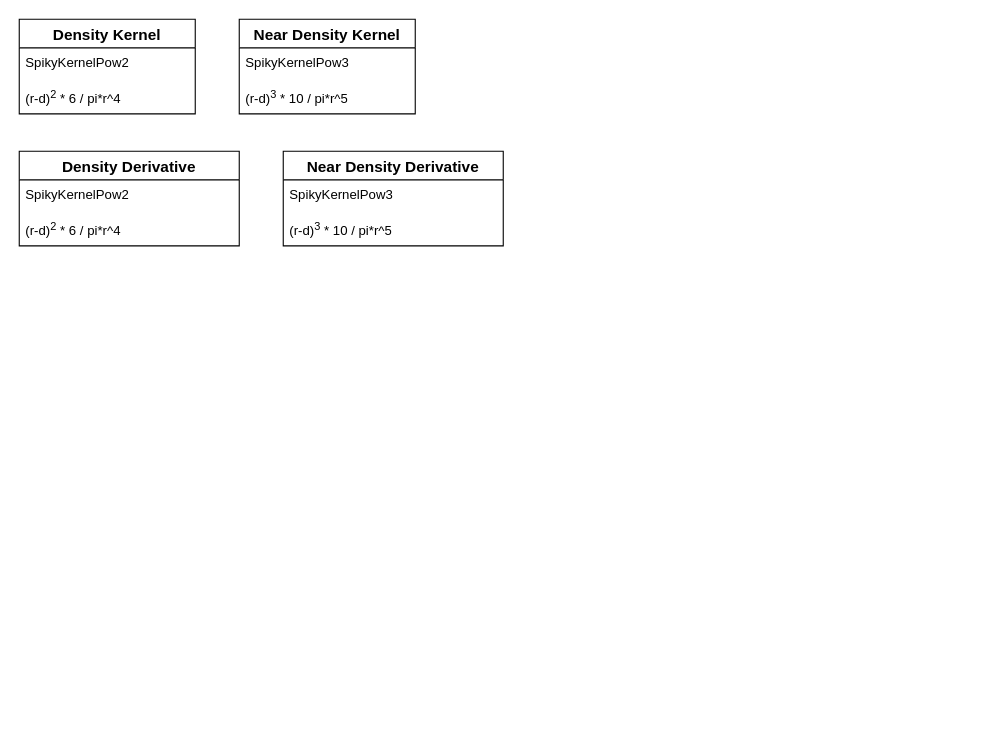
Before: Fluid_Simulation.drawio in RiemannLee19/UMLs, a draw.io diagram. Source tidied: cells renumbered, new cells numbered last; positions are measured from the earlier drawing's top-left corner, leaving out a move shared by most shapes. Both pictures are drawn from the tidied source at 110%, with x=0, y=0 at pixel (19, 19).
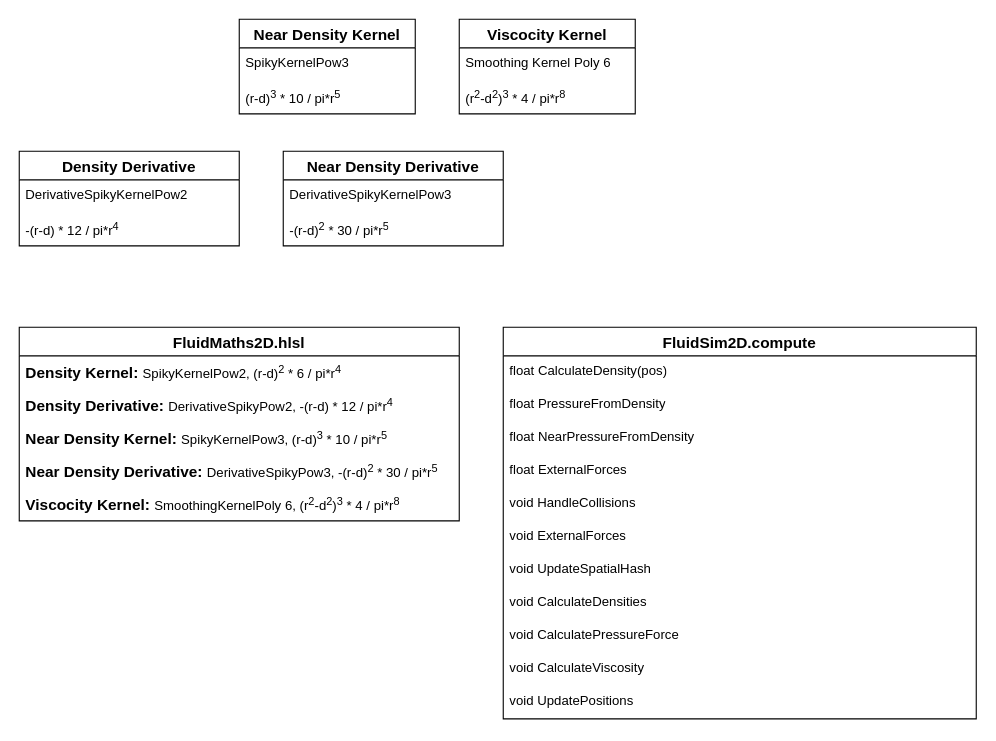
After the change.

The change refers to these unchanged cells:
```xml
<mxCell id="5" value="Near Density Kernel" style="swimlane;fontStyle=1;horizontal=1;startSize=26;align=center;fontSize=14;" parent="1" vertex="1">
  <mxGeometry x="200" width="160" height="86" as="geometry" />
</mxCell>
<mxCell id="8" value="Density Derivative" style="swimlane;fontStyle=1;horizontal=1;startSize=26;align=center;fontSize=14;" parent="1" vertex="1">
  <mxGeometry y="120" width="200" height="86" as="geometry" />
</mxCell>
<mxCell id="11" value="Near Density Derivative" style="swimlane;fontStyle=1;horizontal=1;startSize=26;align=center;fontSize=14;" parent="1" vertex="1">
  <mxGeometry x="240" y="120" width="200" height="86" as="geometry" />
</mxCell>
```

Diff of the diagram source:
```diff
@@
-    <mxCell id="2" value="Density Kernel" style="swimlane;fontStyle=1;horizontal=1;startSize=26;align=center;fontSize=14;" parent="1" vertex="1">
-      <mxGeometry width="160" height="86" as="geometry" />
+    <mxCell id="2" value="FluidSim2D.compute" style="swimlane;fontStyle=1;horizontal=1;startSize=26;align=center;fontSize=14;" parent="1" vertex="1">
+      <mxGeometry x="440" y="280" width="430" height="356" as="geometry" />
     </mxCell>
-    <mxCell id="3" value="SpikyKernelPow2" style="text;strokeColor=none;fillColor=none;spacingLeft=4;spacingRight=4;overflow=hidden;fontSize=12;whiteSpace=wrap;html=1;" parent="2" vertex="1">
-      <mxGeometry y="26" width="160" height="30" as="geometry" />
+    <mxCell id="3" value="float CalculateDensity(pos)" style="text;strokeColor=none;fillColor=none;spacingLeft=4;spacingRight=4;overflow=hidden;fontSize=12;whiteSpace=wrap;html=1;" parent="2" vertex="1">
+      <mxGeometry y="26" width="430" height="30" as="geometry" />
     </mxCell>
-    <mxCell id="4" value="(r-d)&lt;sup&gt;2&lt;/sup&gt; * 6 / pi*r^4&lt;span class=&quot;eusoft-eudic-chrome-extension-translate-content&quot;&gt;&lt;/span&gt;" style="text;strokeColor=none;fillColor=none;spacingLeft=4;spacingRight=4;overflow=hidden;fontSize=12;whiteSpace=wrap;html=1;" parent="2" vertex="1">
-      <mxGeometry y="56" width="160" height="30" as="geometry" />
+    <mxCell id="4" value="float PressureFromDensity&lt;br&gt;&lt;span class=&quot;eusoft-eudic-chrome-extension-translate-content&quot;&gt;&lt;/span&gt;" style="text;strokeColor=none;fillColor=none;spacingLeft=4;spacingRight=4;overflow=hidden;fontSize=12;whiteSpace=wrap;html=1;" parent="2" vertex="1">
+      <mxGeometry y="56" width="430" height="30" as="geometry" />
     </mxCell>
+    <mxCell id="14" value="float NearPressureFromDensity&lt;br&gt;&lt;span class=&quot;eusoft-eudic-chrome-extension-translate-content&quot;&gt;&lt;/span&gt;" style="text;strokeColor=none;fillColor=none;spacingLeft=4;spacingRight=4;overflow=hidden;fontSize=12;whiteSpace=wrap;html=1;" parent="2" vertex="1">
+      <mxGeometry y="86" width="430" height="30" as="geometry" />
+    </mxCell>
+    <mxCell id="15" value="float ExternalForces" style="text;strokeColor=none;fillColor=none;spacingLeft=4;spacingRight=4;overflow=hidden;fontSize=12;whiteSpace=wrap;html=1;" parent="2" vertex="1">
+      <mxGeometry y="116" width="430" height="30" as="geometry" />
+    </mxCell>
+    <mxCell id="16" value="void HandleCollisions" style="text;strokeColor=none;fillColor=none;spacingLeft=4;spacingRight=4;overflow=hidden;fontSize=12;whiteSpace=wrap;html=1;" parent="2" vertex="1">
+      <mxGeometry y="146" width="430" height="30" as="geometry" />
+    </mxCell>
+    <mxCell id="17" value="void ExternalForces&lt;br&gt;&lt;span class=&quot;eusoft-eudic-chrome-extension-translate-content&quot;&gt;&lt;/span&gt;" style="text;strokeColor=none;fillColor=none;spacingLeft=4;spacingRight=4;overflow=hidden;fontSize=12;whiteSpace=wrap;html=1;" parent="2" vertex="1">
+      <mxGeometry y="176" width="430" height="30" as="geometry" />
+    </mxCell>
+    <mxCell id="18" value="void UpdateSpatialHash&lt;br&gt;&lt;span class=&quot;eusoft-eudic-chrome-extension-translate-content&quot;&gt;&lt;/span&gt;" style="text;strokeColor=none;fillColor=none;spacingLeft=4;spacingRight=4;overflow=hidden;fontSize=12;whiteSpace=wrap;html=1;" parent="2" vertex="1">
+      <mxGeometry y="206" width="430" height="30" as="geometry" />
+    </mxCell>
+    <mxCell id="19" value="void CalculateDensities&lt;br&gt;&lt;span class=&quot;eusoft-eudic-chrome-extension-translate-content&quot;&gt;&lt;/span&gt;" style="text;strokeColor=none;fillColor=none;spacingLeft=4;spacingRight=4;overflow=hidden;fontSize=12;whiteSpace=wrap;html=1;" parent="2" vertex="1">
+      <mxGeometry y="236" width="430" height="30" as="geometry" />
+    </mxCell>
+    <mxCell id="20" value="void CalculatePressureForce&lt;br&gt;&lt;span class=&quot;eusoft-eudic-chrome-extension-translate-content&quot;&gt;&lt;/span&gt;" style="text;strokeColor=none;fillColor=none;spacingLeft=4;spacingRight=4;overflow=hidden;fontSize=12;whiteSpace=wrap;html=1;" parent="2" vertex="1">
+      <mxGeometry y="266" width="430" height="30" as="geometry" />
+    </mxCell>
+    <mxCell id="21" value="void CalculateViscosity" style="text;strokeColor=none;fillColor=none;spacingLeft=4;spacingRight=4;overflow=hidden;fontSize=12;whiteSpace=wrap;html=1;" parent="2" vertex="1">
+      <mxGeometry y="296" width="430" height="30" as="geometry" />
+    </mxCell>
+    <mxCell id="22" value="void UpdatePositions" style="text;strokeColor=none;fillColor=none;spacingLeft=4;spacingRight=4;overflow=hidden;fontSize=12;whiteSpace=wrap;html=1;" parent="2" vertex="1">
+      <mxGeometry y="326" width="430" height="30" as="geometry" />
+    </mxCell>
@@
-    <mxCell id="7" value="(r-d)&lt;sup&gt;3&lt;/sup&gt; * 10 / pi*r^5&lt;span class=&quot;eusoft-eudic-chrome-extension-translate-content&quot;&gt;&lt;/span&gt;" style="text;strokeColor=none;fillColor=none;spacingLeft=4;spacingRight=4;overflow=hidden;fontSize=12;whiteSpace=wrap;html=1;" parent="5" vertex="1">
+    <mxCell id="7" value="(r-d)&lt;sup&gt;3&lt;/sup&gt; * 10 / pi*r&lt;sup&gt;5&lt;/sup&gt;&lt;span class=&quot;eusoft-eudic-chrome-extension-translate-content&quot;&gt;&lt;/span&gt;" style="text;strokeColor=none;fillColor=none;spacingLeft=4;spacingRight=4;overflow=hidden;fontSize=12;whiteSpace=wrap;html=1;" parent="5" vertex="1">
       <mxGeometry y="56" width="160" height="30" as="geometry" />
     </mxCell>
@@
-    <mxCell id="9" value="SpikyKernelPow2" style="text;strokeColor=none;fillColor=none;spacingLeft=4;spacingRight=4;overflow=hidden;fontSize=12;whiteSpace=wrap;html=1;" parent="8" vertex="1">
+    <mxCell id="9" value="DerivativeSpikyKernelPow2" style="text;strokeColor=none;fillColor=none;spacingLeft=4;spacingRight=4;overflow=hidden;fontSize=12;whiteSpace=wrap;html=1;" parent="8" vertex="1">
       <mxGeometry y="26" width="200" height="30" as="geometry" />
     </mxCell>
-    <mxCell id="10" value="(r-d)&lt;sup&gt;2&lt;/sup&gt; * 6 / pi*r^4&lt;span class=&quot;eusoft-eudic-chrome-extension-translate-content&quot;&gt;&lt;/span&gt;" style="text;strokeColor=none;fillColor=none;spacingLeft=4;spacingRight=4;overflow=hidden;fontSize=12;whiteSpace=wrap;html=1;" parent="8" vertex="1">
+    <mxCell id="10" value="-(r-d)&amp;nbsp;* 12 / pi*r&lt;sup&gt;4&lt;/sup&gt;&lt;span class=&quot;eusoft-eudic-chrome-extension-translate-content&quot;&gt;&lt;/span&gt;" style="text;strokeColor=none;fillColor=none;spacingLeft=4;spacingRight=4;overflow=hidden;fontSize=12;whiteSpace=wrap;html=1;" parent="8" vertex="1">
       <mxGeometry y="56" width="200" height="30" as="geometry" />
     </mxCell>
@@
-    <mxCell id="12" value="SpikyKernelPow3" style="text;strokeColor=none;fillColor=none;spacingLeft=4;spacingRight=4;overflow=hidden;fontSize=12;whiteSpace=wrap;html=1;" parent="11" vertex="1">
+    <mxCell id="12" value="DerivativeSpikyKernelPow3" style="text;strokeColor=none;fillColor=none;spacingLeft=4;spacingRight=4;overflow=hidden;fontSize=12;whiteSpace=wrap;html=1;" parent="11" vertex="1">
       <mxGeometry y="26" width="200" height="30" as="geometry" />
     </mxCell>
-    <mxCell id="13" value="(r-d)&lt;sup&gt;3&lt;/sup&gt; * 10 / pi*r^5&lt;span class=&quot;eusoft-eudic-chrome-extension-translate-content&quot;&gt;&lt;/span&gt;" style="text;strokeColor=none;fillColor=none;spacingLeft=4;spacingRight=4;overflow=hidden;fontSize=12;whiteSpace=wrap;html=1;" parent="11" vertex="1">
+    <mxCell id="13" value="-(r-d)&lt;sup&gt;2&lt;/sup&gt; * 30 / pi*r&lt;sup&gt;5&lt;/sup&gt;&lt;span class=&quot;eusoft-eudic-chrome-extension-translate-content&quot;&gt;&lt;/span&gt;" style="text;strokeColor=none;fillColor=none;spacingLeft=4;spacingRight=4;overflow=hidden;fontSize=12;whiteSpace=wrap;html=1;" parent="11" vertex="1">
       <mxGeometry y="56" width="200" height="30" as="geometry" />
     </mxCell>
+    <mxCell id="23" value="Viscocity Kernel" style="swimlane;fontStyle=1;horizontal=1;startSize=26;align=center;fontSize=14;" parent="1" vertex="1">
+      <mxGeometry x="400" width="160" height="86" as="geometry" />
+    </mxCell>
+    <mxCell id="24" value="Smoothing Kernel Poly 6" style="text;strokeColor=none;fillColor=none;spacingLeft=4;spacingRight=4;overflow=hidden;fontSize=12;whiteSpace=wrap;html=1;" parent="23" vertex="1">
+      <mxGeometry y="26" width="160" height="30" as="geometry" />
+    </mxCell>
+    <mxCell id="25" value="(r&lt;sup&gt;2&lt;/sup&gt;-d&lt;sup&gt;2&lt;/sup&gt;)&lt;sup&gt;3&lt;/sup&gt; * 4 / pi*r&lt;sup&gt;8&lt;/sup&gt;&lt;span class=&quot;eusoft-eudic-chrome-extension-translate-content&quot;&gt;&lt;/span&gt;" style="text;strokeColor=none;fillColor=none;spacingLeft=4;spacingRight=4;overflow=hidden;fontSize=12;whiteSpace=wrap;html=1;" parent="23" vertex="1">
+      <mxGeometry y="56" width="160" height="30" as="geometry" />
+    </mxCell>
+    <mxCell id="26" value="FluidMaths2D.hlsl" style="swimlane;fontStyle=1;horizontal=1;startSize=26;align=center;fontSize=14;" parent="1" vertex="1">
+      <mxGeometry y="280" width="400" height="176" as="geometry" />
+    </mxCell>
+    <mxCell id="27" value="&lt;span style=&quot;font-size: 14px; font-weight: 700; text-align: center; text-wrap: nowrap;&quot;&gt;Density Kernel:&amp;nbsp;&lt;/span&gt;SpikyKernelPow2, (r-d)&lt;sup&gt;2&lt;/sup&gt;&amp;nbsp;* 6 / pi*r&lt;sup&gt;4&lt;/sup&gt;" style="text;strokeColor=none;fillColor=none;spacingLeft=4;spacingRight=4;overflow=hidden;fontSize=12;whiteSpace=wrap;html=1;" parent="26" vertex="1">
+      <mxGeometry y="26" width="400" height="30" as="geometry" />
+    </mxCell>
+    <mxCell id="28" value="&lt;span style=&quot;font-size: 14px; font-weight: 700; text-align: center; text-wrap: nowrap;&quot;&gt;Density Derivative:&amp;nbsp;&lt;/span&gt;DerivativeSpikyPow2, -(r-d)&amp;nbsp;* 12 / pi*r&lt;sup&gt;4&lt;/sup&gt;" style="text;strokeColor=none;fillColor=none;spacingLeft=4;spacingRight=4;overflow=hidden;fontSize=12;whiteSpace=wrap;html=1;" parent="26" vertex="1">
+      <mxGeometry y="56" width="400" height="30" as="geometry" />
+    </mxCell>
+    <mxCell id="29" value="&lt;span style=&quot;font-size: 14px; font-weight: 700; text-align: center; text-wrap: nowrap;&quot;&gt;Near Density Kernel:&amp;nbsp;&lt;/span&gt;SpikyKernelPow3, (r-d)&lt;sup&gt;3&lt;/sup&gt;&amp;nbsp;* 10 / pi*r&lt;sup&gt;5&lt;/sup&gt;" style="text;strokeColor=none;fillColor=none;spacingLeft=4;spacingRight=4;overflow=hidden;fontSize=12;whiteSpace=wrap;html=1;" parent="26" vertex="1">
+      <mxGeometry y="86" width="400" height="30" as="geometry" />
+    </mxCell>
+    <mxCell id="30" value="&lt;span style=&quot;font-size: 14px; font-weight: 700; text-align: center; text-wrap: nowrap;&quot;&gt;Near Density Derivative:&amp;nbsp;&lt;/span&gt;DerivativeSpikyPow3, -(r-d)&lt;sup&gt;2&lt;/sup&gt;&amp;nbsp;* 30 / pi*r&lt;sup&gt;5&lt;/sup&gt;" style="text;strokeColor=none;fillColor=none;spacingLeft=4;spacingRight=4;overflow=hidden;fontSize=12;whiteSpace=wrap;html=1;" parent="26" vertex="1">
+      <mxGeometry y="116" width="400" height="30" as="geometry" />
+    </mxCell>
+    <mxCell id="31" value="&lt;span style=&quot;font-size: 14px; font-weight: 700; text-align: center; text-wrap: nowrap;&quot;&gt;Viscocity Kernel:&amp;nbsp;&lt;/span&gt;SmoothingKernelPoly 6, (r&lt;sup&gt;2&lt;/sup&gt;-d&lt;sup&gt;2&lt;/sup&gt;)&lt;sup&gt;3&lt;/sup&gt;&amp;nbsp;* 4 / pi*r&lt;sup&gt;8&lt;/sup&gt;&lt;br&gt;&lt;span class=&quot;eusoft-eudic-chrome-extension-translate-content&quot;&gt;&lt;/span&gt;" style="text;strokeColor=none;fillColor=none;spacingLeft=4;spacingRight=4;overflow=hidden;fontSize=12;whiteSpace=wrap;html=1;" parent="26" vertex="1">
+      <mxGeometry y="146" width="400" height="30" as="geometry" />
+    </mxCell>
```
